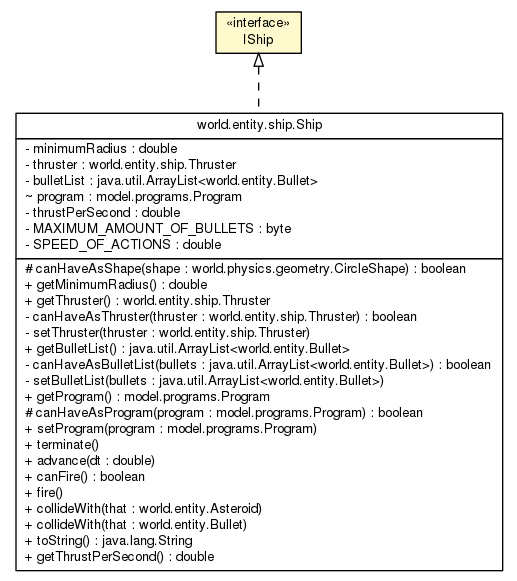
This is doc/model/IShip.png from sinopeus/asteroids, a Graphviz export, as it was before one commit. Its source is kept beside it as doc/model/IShip.dot.
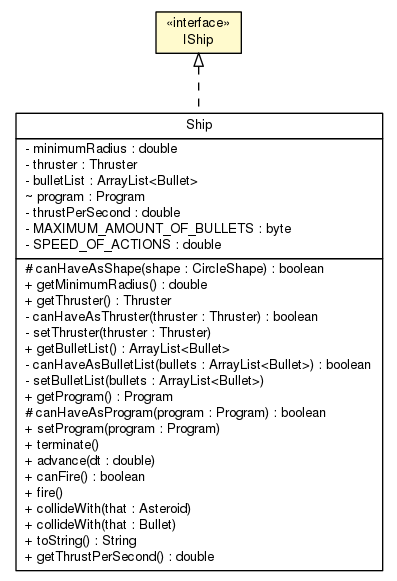
The same diagram one commit later.

Change to the diagram source:
```diff
@@ -12,36 +12,36 @@
 		</table>>, URL="./IShip.html", fontname="Helvetica", fontcolor="black", fontsize=10.0];
 	c11772 [label=<<table title="world.entity.ship.Ship" border="0" cellborder="1" cellspacing="0" cellpadding="2" port="p" href="../world/entity/ship/Ship.html">
 		<tr><td><table border="0" cellspacing="0" cellpadding="1">
-<tr><td align="center" balign="center"> world.entity.ship.Ship </td></tr>
+<tr><td align="center" balign="center"> Ship </td></tr>
 		</table></td></tr>
 		<tr><td><table border="0" cellspacing="0" cellpadding="1">
 <tr><td align="left" balign="left"> - minimumRadius : double </td></tr>
-<tr><td align="left" balign="left"> - thruster : world.entity.ship.Thruster </td></tr>
-<tr><td align="left" balign="left"> - bulletList : java.util.ArrayList&lt;world.entity.Bullet&gt; </td></tr>
-<tr><td align="left" balign="left"> ~ program : model.programs.Program </td></tr>
+<tr><td align="left" balign="left"> - thruster : Thruster </td></tr>
+<tr><td align="left" balign="left"> - bulletList : ArrayList&lt;Bullet&gt; </td></tr>
+<tr><td align="left" balign="left"> ~ program : Program </td></tr>
 <tr><td align="left" balign="left"> - thrustPerSecond : double </td></tr>
 <tr><td align="left" balign="left"> - MAXIMUM_AMOUNT_OF_BULLETS : byte </td></tr>
 <tr><td align="left" balign="left"> - SPEED_OF_ACTIONS : double </td></tr>
 		</table></td></tr>
 		<tr><td><table border="0" cellspacing="0" cellpadding="1">
-<tr><td align="left" balign="left"> # canHaveAsShape(shape : world.physics.geometry.CircleShape) : boolean </td></tr>
+<tr><td align="left" balign="left"> # canHaveAsShape(shape : CircleShape) : boolean </td></tr>
 <tr><td align="left" balign="left"> + getMinimumRadius() : double </td></tr>
-<tr><td align="left" balign="left"> + getThruster() : world.entity.ship.Thruster </td></tr>
-<tr><td align="left" balign="left"> - canHaveAsThruster(thruster : world.entity.ship.Thruster) : boolean </td></tr>
-<tr><td align="left" balign="left"> - setThruster(thruster : world.entity.ship.Thruster) </td></tr>
-<tr><td align="left" balign="left"> + getBulletList() : java.util.ArrayList&lt;world.entity.Bullet&gt; </td></tr>
-<tr><td align="left" balign="left"> - canHaveAsBulletList(bullets : java.util.ArrayList&lt;world.entity.Bullet&gt;) : boolean </td></tr>
-<tr><td align="left" balign="left"> - setBulletList(bullets : java.util.ArrayList&lt;world.entity.Bullet&gt;) </td></tr>
-<tr><td align="left" balign="left"> + getProgram() : model.programs.Program </td></tr>
-<tr><td align="left" balign="left"> # canHaveAsProgram(program : model.programs.Program) : boolean </td></tr>
-<tr><td align="left" balign="left"> + setProgram(program : model.programs.Program) </td></tr>
+<tr><td align="left" balign="left"> + getThruster() : Thruster </td></tr>
+<tr><td align="left" balign="left"> - canHaveAsThruster(thruster : Thruster) : boolean </td></tr>
+<tr><td align="left" balign="left"> - setThruster(thruster : Thruster) </td></tr>
+<tr><td align="left" balign="left"> + getBulletList() : ArrayList&lt;Bullet&gt; </td></tr>
+<tr><td align="left" balign="left"> - canHaveAsBulletList(bullets : ArrayList&lt;Bullet&gt;) : boolean </td></tr>
+<tr><td align="left" balign="left"> - setBulletList(bullets : ArrayList&lt;Bullet&gt;) </td></tr>
+<tr><td align="left" balign="left"> + getProgram() : Program </td></tr>
+<tr><td align="left" balign="left"> # canHaveAsProgram(program : Program) : boolean </td></tr>
+<tr><td align="left" balign="left"> + setProgram(program : Program) </td></tr>
 <tr><td align="left" balign="left"> + terminate() </td></tr>
 <tr><td align="left" balign="left"> + advance(dt : double) </td></tr>
 <tr><td align="left" balign="left"> + canFire() : boolean </td></tr>
 <tr><td align="left" balign="left"> + fire() </td></tr>
-<tr><td align="left" balign="left"> + collideWith(that : world.entity.Asteroid) </td></tr>
-<tr><td align="left" balign="left"> + collideWith(that : world.entity.Bullet) </td></tr>
-<tr><td align="left" balign="left"> + toString() : java.lang.String </td></tr>
+<tr><td align="left" balign="left"> + collideWith(that : Asteroid) </td></tr>
+<tr><td align="left" balign="left"> + collideWith(that : Bullet) </td></tr>
+<tr><td align="left" balign="left"> + toString() : String </td></tr>
 <tr><td align="left" balign="left"> + getThrustPerSecond() : double </td></tr>
 		</table></td></tr>
 		</table>>, URL="../world/entity/ship/Ship.html", fontname="Helvetica", fontcolor="black", fontsize=10.0];
```
